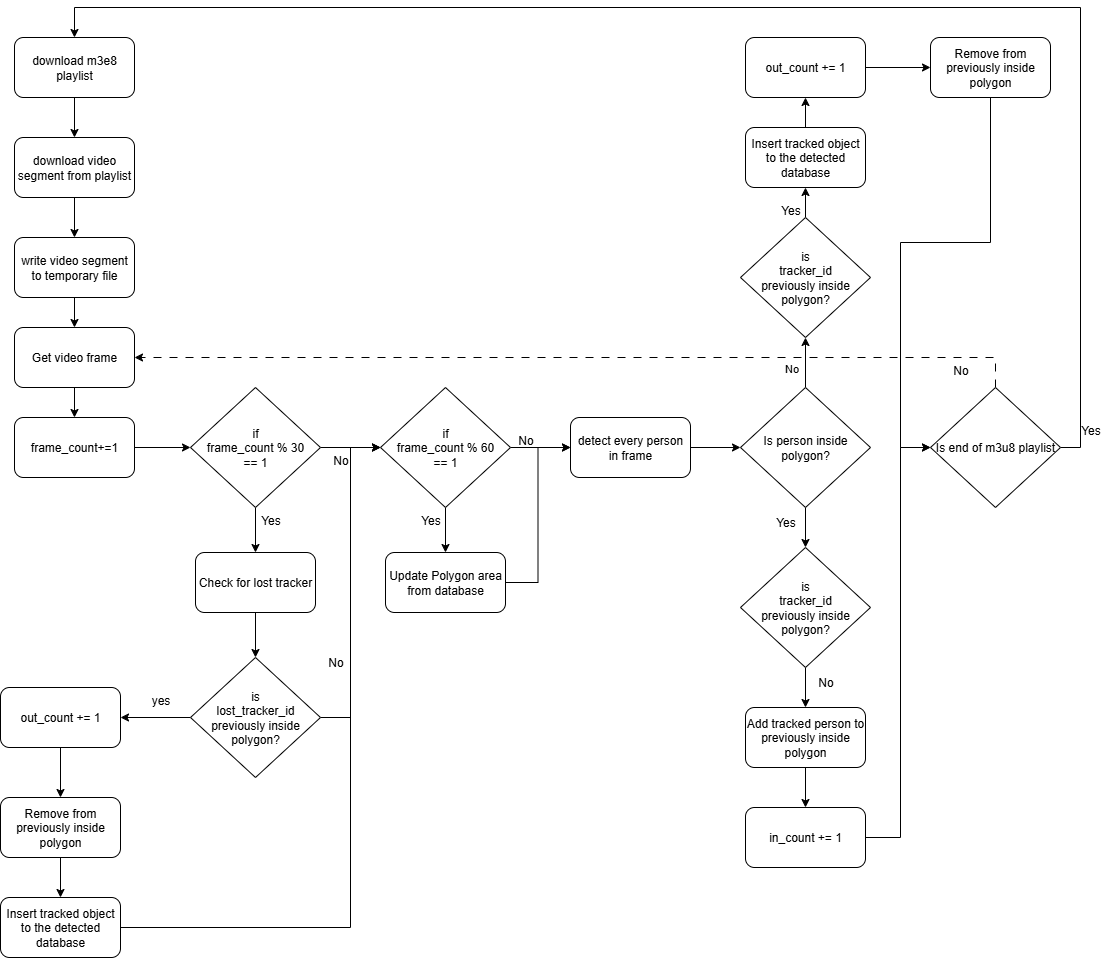
Earlier version of the draw.io export Diagram/hs.drawio.png (Venator43/object-detection-and-tracking). Source tidied: cells renumbered, new cells last; positions are measured from the earlier drawing's top-left corner, leaving out a move shared by most shapes.
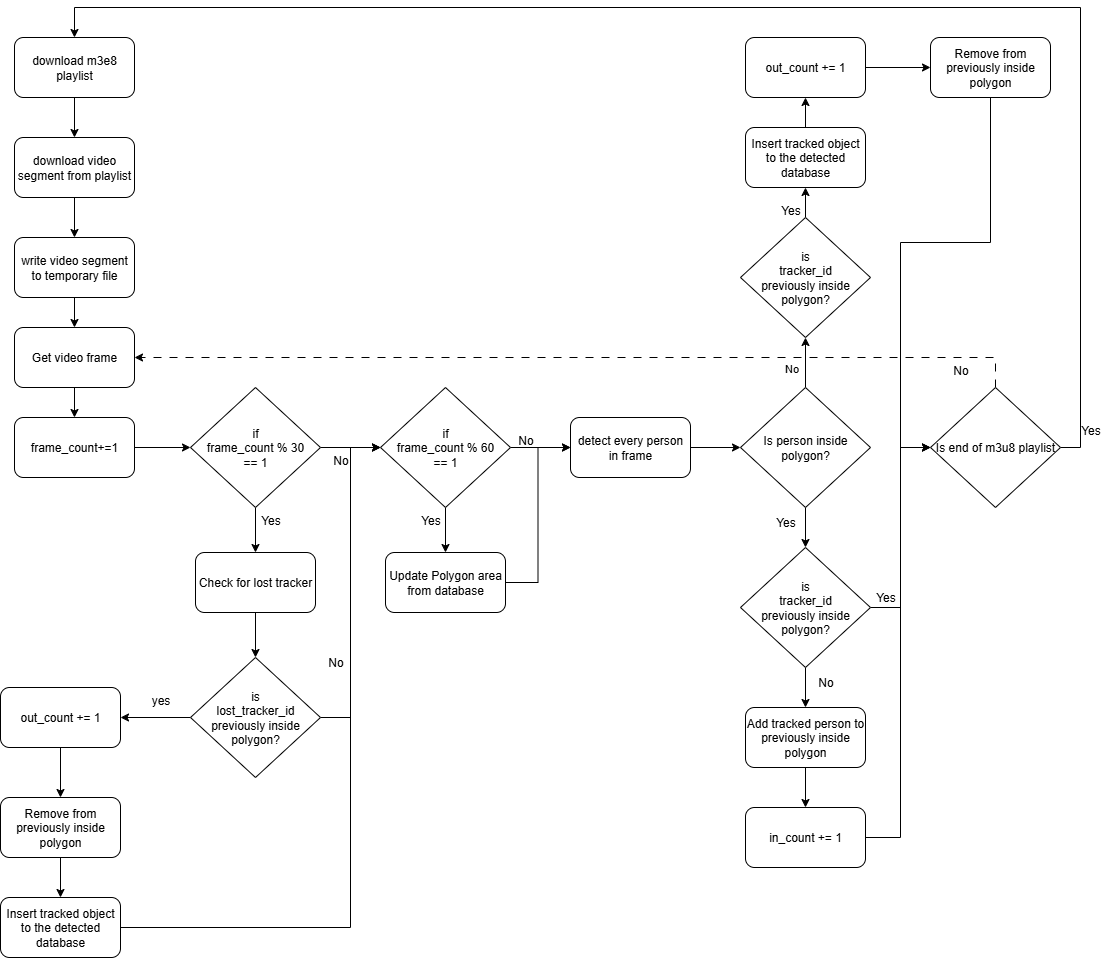
After the commit.

Change to the diagram source:
```diff
@@ -146,6 +146,9 @@
     <mxCell id="46" style="edgeStyle=orthogonalEdgeStyle;rounded=0;jettySize=auto;html=1;entryX=0.5;entryY=0;entryDx=0;entryDy=0;" parent="1" edge="1" source="47" target="56">
       <mxGeometry relative="1" as="geometry" />
     </mxCell>
+    <mxCell id="65" style="edgeStyle=orthogonalEdgeStyle;rounded=0;jettySize=auto;html=1;entryX=0;entryY=0.5;entryDx=0;entryDy=0;" parent="1" edge="1" source="47" target="62">
+      <mxGeometry relative="1" as="geometry" />
+    </mxCell>
     <mxCell id="47" value="is&lt;br&gt;tracker_id&lt;br&gt;previously inside&lt;br&gt;polygon?" style="rhombus;whiteSpace=wrap;html=1;" parent="1" vertex="1">
       <mxGeometry x="740" y="540" width="130" height="120" as="geometry" />
     </mxCell>
@@ -221,5 +224,8 @@
     <mxCell id="64" value="No" style="text;html=1;align=center;verticalAlign=middle;strokeColor=none;fillColor=none;" parent="1" vertex="1">
       <mxGeometry x="940" y="348" width="40" height="30" as="geometry" />
     </mxCell>
+    <mxCell id="66" value="Yes" style="text;html=1;align=center;verticalAlign=middle;strokeColor=none;fillColor=none;" parent="1" vertex="1">
+      <mxGeometry x="865" y="575" width="40" height="30" as="geometry" />
+    </mxCell>
   </root>
 </mxGraphModel>
```
